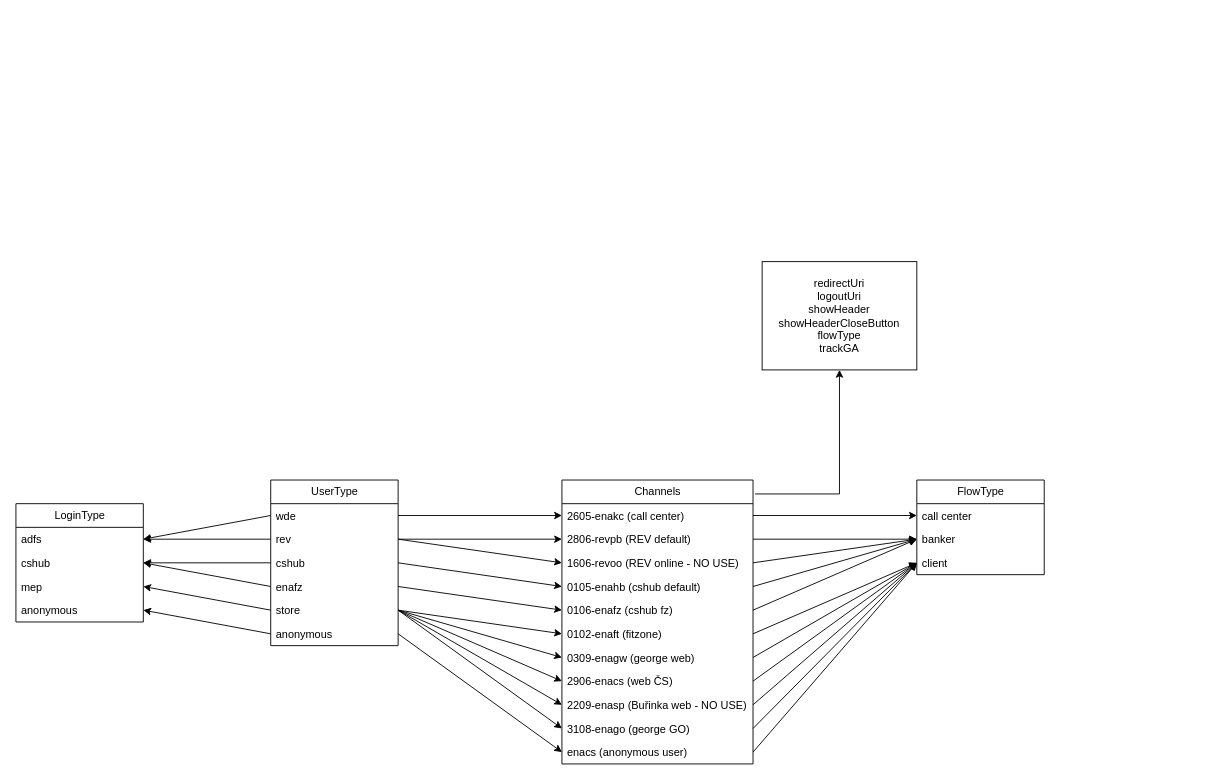
This is ENA_model.drawio from ondrejtuma-ext43301/diagrams, a draw.io file, before an edit. Source tidied: cells renumbered, new cells numbered last; positions are measured from the earlier drawing's top-left corner, leaving out a move shared by most shapes. Both pictures are drawn from the tidied source at 91%, with x=0, y=0 at pixel (15, 261).
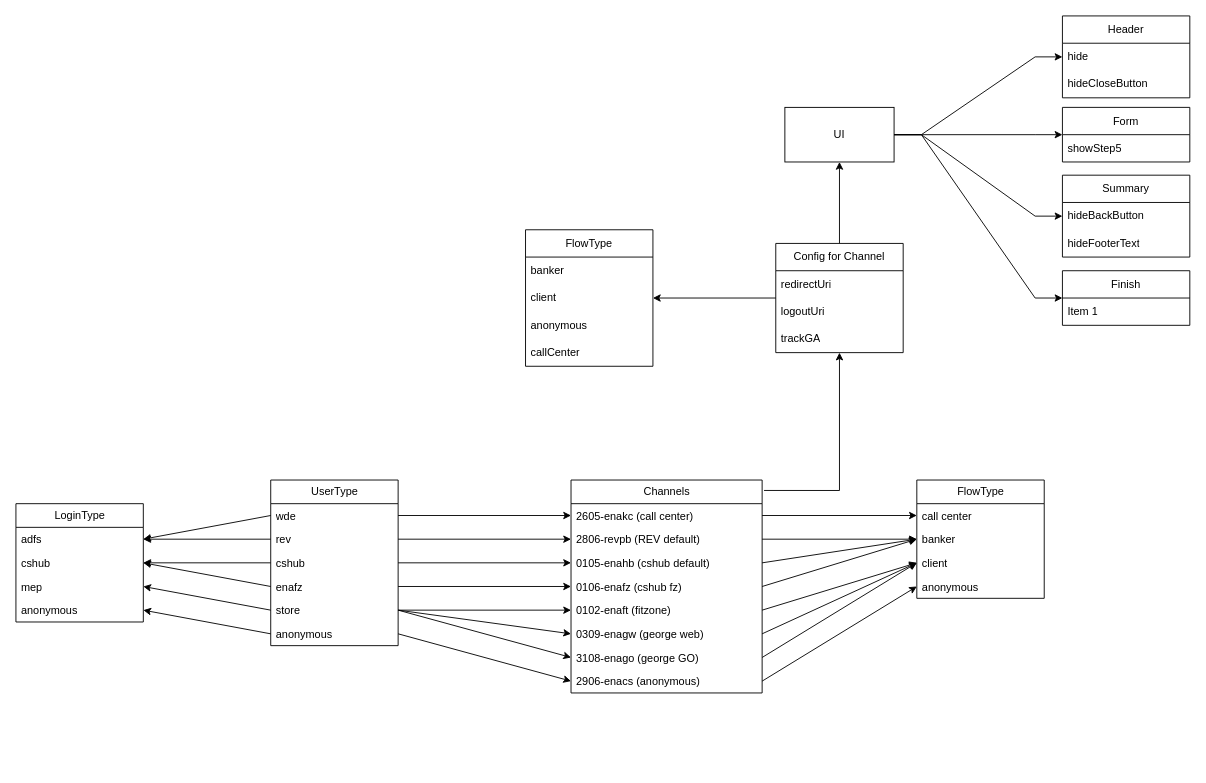
The same page after the edit.

Commit message:
chore(model): simplify channels and extend config for channel

Unchanged cells that the change refers to:
```xml
<mxCell id="3" value="wde" style="text;strokeColor=none;fillColor=none;align=left;verticalAlign=top;spacingLeft=4;spacingRight=4;overflow=hidden;points=[[0,0.5],[1,0.5]];portConstraint=eastwest;whiteSpace=wrap;html=1;" parent="2" vertex="1">
  <mxGeometry y="26" width="140" height="26" as="geometry" />
</mxCell>
<mxCell id="4" value="rev" style="text;strokeColor=none;fillColor=none;align=left;verticalAlign=top;spacingLeft=4;spacingRight=4;overflow=hidden;points=[[0,0.5],[1,0.5]];portConstraint=eastwest;whiteSpace=wrap;html=1;" parent="2" vertex="1">
  <mxGeometry y="52" width="140" height="26" as="geometry" />
</mxCell>
<mxCell id="7" value="store" style="text;strokeColor=none;fillColor=none;align=left;verticalAlign=top;spacingLeft=4;spacingRight=4;overflow=hidden;points=[[0,0.5],[1,0.5]];portConstraint=eastwest;whiteSpace=wrap;html=1;" parent="2" vertex="1">
  <mxGeometry y="130" width="140" height="26" as="geometry" />
</mxCell>
<mxCell id="8" value="anonymous" style="text;strokeColor=none;fillColor=none;align=left;verticalAlign=top;spacingLeft=4;spacingRight=4;overflow=hidden;points=[[0,0.5],[1,0.5]];portConstraint=eastwest;whiteSpace=wrap;html=1;" parent="2" vertex="1">
  <mxGeometry y="156" width="140" height="26" as="geometry" />
</mxCell>
<mxCell id="15" value="2605-enakc (call center)" style="text;strokeColor=none;fillColor=none;align=left;verticalAlign=top;spacingLeft=4;spacingRight=4;overflow=hidden;points=[[0,0.5],[1,0.5]];portConstraint=eastwest;whiteSpace=wrap;html=1;" parent="14" vertex="1">
  <mxGeometry y="26" width="210" height="26" as="geometry" />
</mxCell>
<mxCell id="29" value="banker" style="text;strokeColor=none;fillColor=none;align=left;verticalAlign=top;spacingLeft=4;spacingRight=4;overflow=hidden;points=[[0,0.5],[1,0.5]];portConstraint=eastwest;whiteSpace=wrap;html=1;" parent="27" vertex="1">
  <mxGeometry y="52" width="140" height="26" as="geometry" />
</mxCell>
<mxCell id="30" value="client" style="text;strokeColor=none;fillColor=none;align=left;verticalAlign=top;spacingLeft=4;spacingRight=4;overflow=hidden;points=[[0,0.5],[1,0.5]];portConstraint=eastwest;whiteSpace=wrap;html=1;" parent="27" vertex="1">
  <mxGeometry y="78" width="140" height="26" as="geometry" />
</mxCell>
```

Change to the diagram source:
```diff
@@
     <mxCell id="14" value="Channels" style="swimlane;fontStyle=0;horizontal=1;startSize=26;fillColor=none;html=1;" parent="1" vertex="1">
-      <mxGeometry x="600" y="240" width="210" height="312" as="geometry" />
+      <mxGeometry x="610" y="240" width="210" height="234" as="geometry" />
     </mxCell>
@@
-    <mxCell id="17" value="1606-revoo (REV online - NO USE)" style="text;strokeColor=none;fillColor=none;align=left;verticalAlign=top;spacingLeft=4;spacingRight=4;overflow=hidden;points=[[0,0.5],[1,0.5]];portConstraint=eastwest;whiteSpace=wrap;html=1;" parent="14" vertex="1">
-      <mxGeometry y="78" width="210" height="26" as="geometry" />
-    </mxCell>
     <mxCell id="18" value="0105-enahb (cshub&amp;nbsp;default)" style="text;strokeColor=none;fillColor=none;align=left;verticalAlign=top;spacingLeft=4;spacingRight=4;overflow=hidden;points=[[0,0.5],[1,0.5]];portConstraint=eastwest;whiteSpace=wrap;html=1;" parent="14" vertex="1">
-      <mxGeometry y="104" width="210" height="26" as="geometry" />
+      <mxGeometry y="78" width="210" height="26" as="geometry" />
     </mxCell>
     <mxCell id="19" value="0106-enafz (cshub fz)" style="text;strokeColor=none;fillColor=none;align=left;verticalAlign=top;spacingLeft=4;spacingRight=4;overflow=hidden;points=[[0,0.5],[1,0.5]];portConstraint=eastwest;whiteSpace=wrap;html=1;" parent="14" vertex="1">
-      <mxGeometry y="130" width="210" height="26" as="geometry" />
+      <mxGeometry y="104" width="210" height="26" as="geometry" />
     </mxCell>
     <mxCell id="20" value="0102-enaft (fitzone)" style="text;strokeColor=none;fillColor=none;align=left;verticalAlign=top;spacingLeft=4;spacingRight=4;overflow=hidden;points=[[0,0.5],[1,0.5]];portConstraint=eastwest;whiteSpace=wrap;html=1;" parent="14" vertex="1">
-      <mxGeometry y="156" width="210" height="26" as="geometry" />
+      <mxGeometry y="130" width="210" height="26" as="geometry" />
     </mxCell>
     <mxCell id="21" value="0309-enagw (george web)" style="text;strokeColor=none;fillColor=none;align=left;verticalAlign=top;spacingLeft=4;spacingRight=4;overflow=hidden;points=[[0,0.5],[1,0.5]];portConstraint=eastwest;whiteSpace=wrap;html=1;" parent="14" vertex="1">
-      <mxGeometry y="182" width="210" height="26" as="geometry" />
+      <mxGeometry y="156" width="210" height="26" as="geometry" />
     </mxCell>
+    <mxCell id="24" value="3108-enago (george GO)" style="text;strokeColor=none;fillColor=none;align=left;verticalAlign=top;spacingLeft=4;spacingRight=4;overflow=hidden;points=[[0,0.5],[1,0.5]];portConstraint=eastwest;whiteSpace=wrap;html=1;" parent="14" vertex="1">
+      <mxGeometry y="182" width="210" height="26" as="geometry" />
+    </mxCell>
-    <mxCell id="22" value="2906-enacs (web ČS)" style="text;strokeColor=none;fillColor=none;align=left;verticalAlign=top;spacingLeft=4;spacingRight=4;overflow=hidden;points=[[0,0.5],[1,0.5]];portConstraint=eastwest;whiteSpace=wrap;html=1;" parent="14" vertex="1">
+    <mxCell id="22" value="2906-enacs (anonymous)" style="text;strokeColor=none;fillColor=none;align=left;verticalAlign=top;spacingLeft=4;spacingRight=4;overflow=hidden;points=[[0,0.5],[1,0.5]];portConstraint=eastwest;whiteSpace=wrap;html=1;" parent="14" vertex="1">
       <mxGeometry y="208" width="210" height="26" as="geometry" />
     </mxCell>
-    <mxCell id="23" value="2209-enasp (Buřinka web - NO USE)" style="text;strokeColor=none;fillColor=none;align=left;verticalAlign=top;spacingLeft=4;spacingRight=4;overflow=hidden;points=[[0,0.5],[1,0.5]];portConstraint=eastwest;whiteSpace=wrap;html=1;" parent="14" vertex="1">
-      <mxGeometry y="234" width="210" height="26" as="geometry" />
-    </mxCell>
-    <mxCell id="24" value="3108-enago (george GO)" style="text;strokeColor=none;fillColor=none;align=left;verticalAlign=top;spacingLeft=4;spacingRight=4;overflow=hidden;points=[[0,0.5],[1,0.5]];portConstraint=eastwest;whiteSpace=wrap;html=1;" parent="14" vertex="1">
-      <mxGeometry y="260" width="210" height="26" as="geometry" />
-    </mxCell>
-    <mxCell id="25" value="enacs (anonymous user)" style="text;strokeColor=none;fillColor=none;align=left;verticalAlign=top;spacingLeft=4;spacingRight=4;overflow=hidden;points=[[0,0.5],[1,0.5]];portConstraint=eastwest;whiteSpace=wrap;html=1;" parent="14" vertex="1">
-      <mxGeometry y="286" width="210" height="26" as="geometry" />
-    </mxCell>
-    <mxCell id="26" style="edgeStyle=orthogonalEdgeStyle;rounded=0;jettySize=auto;html=1;exitX=1.01;exitY=0.049;exitDx=0;exitDy=0;exitPerimeter=0;" parent="1" edge="1" source="14" target="56">
+    <mxCell id="26" style="edgeStyle=orthogonalEdgeStyle;rounded=0;jettySize=auto;html=1;exitX=1.01;exitY=0.049;exitDx=0;exitDy=0;exitPerimeter=0;" parent="1" edge="1" source="14" target="72">
       <mxGeometry relative="1" as="geometry" />
     </mxCell>
     <mxCell id="27" value="FlowType" style="swimlane;fontStyle=0;horizontal=1;startSize=26;fillColor=none;html=1;" parent="1" vertex="1">
-      <mxGeometry x="990" y="240" width="140" height="104" as="geometry" />
+      <mxGeometry x="990" y="240" width="140" height="130" as="geometry" />
     </mxCell>
@@
+    <mxCell id="60" value="anonymous" style="text;strokeColor=none;fillColor=none;align=left;verticalAlign=top;spacingLeft=4;spacingRight=4;overflow=hidden;points=[[0,0.5],[1,0.5]];portConstraint=eastwest;whiteSpace=wrap;html=1;" parent="27" vertex="1">
+      <mxGeometry y="104" width="140" height="26" as="geometry" />
+    </mxCell>
@@
-    <mxCell id="38" style="endArrow=classic;html=1;rounded=0;exitX=1;exitY=0.5;exitDx=0;exitDy=0;entryX=0;entryY=0.5;entryDx=0;entryDy=0;" parent="1" edge="1" source="22" target="30">
-      <mxGeometry relative="1" as="geometry" />
-    </mxCell>
@@
-    <mxCell id="45" style="endArrow=classic;html=1;rounded=0;entryX=0;entryY=0.5;entryDx=0;entryDy=0;exitX=1;exitY=0.5;exitDx=0;exitDy=0;" parent="1" edge="1" source="7" target="22">
-      <mxGeometry relative="1" as="geometry" />
-    </mxCell>
-    <mxCell id="46" style="endArrow=classic;html=1;rounded=0;exitX=1;exitY=0.5;exitDx=0;exitDy=0;" parent="1" edge="1" source="3" target="15">
+    <mxCell id="46" style="endArrow=classic;html=1;rounded=0;exitX=1;exitY=0.5;exitDx=0;exitDy=0;entryX=0;entryY=0.5;entryDx=0;entryDy=0;" parent="1" edge="1" source="3" target="15">
       <mxGeometry relative="1" as="geometry" />
     </mxCell>
@@
-    <mxCell id="49" style="endArrow=classic;html=1;rounded=0;exitX=1;exitY=0.5;exitDx=0;exitDy=0;entryX=0;entryY=0.5;entryDx=0;entryDy=0;" parent="1" edge="1" source="4" target="17">
-      <mxGeometry relative="1" as="geometry" />
-    </mxCell>
-    <mxCell id="50" style="endArrow=classic;html=1;rounded=0;entryX=0;entryY=0.5;entryDx=0;entryDy=0;exitX=1;exitY=0.5;exitDx=0;exitDy=0;" parent="1" edge="1" source="17" target="29">
-      <mxGeometry relative="1" as="geometry" />
-    </mxCell>
@@
-    <mxCell id="53" style="endArrow=classic;html=1;rounded=0;entryX=0;entryY=0.5;entryDx=0;entryDy=0;exitX=1;exitY=0.5;exitDx=0;exitDy=0;" parent="1" edge="1" source="7" target="23">
-      <mxGeometry relative="1" as="geometry" />
-    </mxCell>
-    <mxCell id="54" style="endArrow=classic;html=1;rounded=0;entryX=0;entryY=0.5;entryDx=0;entryDy=0;exitX=1;exitY=0.5;exitDx=0;exitDy=0;" parent="1" edge="1" source="23" target="30">
-      <mxGeometry relative="1" as="geometry" />
-    </mxCell>
@@
-    <mxCell id="56" value="redirectUri&lt;br&gt;logoutUri&lt;br&gt;showHeader&lt;br&gt;showHeaderCloseButton&lt;br&gt;flowType&lt;br&gt;trackGA" style="whiteSpace=wrap;html=1;fillColor=none;fontStyle=0;startSize=26;" parent="1" vertex="1">
-      <mxGeometry x="820" width="170" height="119" as="geometry" />
-    </mxCell>
+    <mxCell id="61" style="edgeStyle=orthogonalEdgeStyle;rounded=0;jettySize=auto;html=1;" parent="1" edge="1" source="72" target="67">
+      <mxGeometry relative="1" as="geometry" />
+    </mxCell>
@@
-    <mxCell id="58" style="endArrow=classic;html=1;rounded=0;entryX=0;entryY=0.5;entryDx=0;entryDy=0;exitX=1;exitY=0.5;exitDx=0;exitDy=0;" parent="1" edge="1" source="8" target="25">
+    <mxCell id="58" style="endArrow=classic;html=1;rounded=0;entryX=0;entryY=0.5;entryDx=0;entryDy=0;exitX=1;exitY=0.5;exitDx=0;exitDy=0;" parent="1" edge="1" source="8" target="22">
       <mxGeometry relative="1" as="geometry" />
     </mxCell>
-    <mxCell id="59" style="endArrow=classic;html=1;rounded=0;entryX=0;entryY=0.5;entryDx=0;entryDy=0;exitX=1;exitY=0.5;exitDx=0;exitDy=0;" parent="1" edge="1" source="25" target="30">
+    <mxCell id="59" style="endArrow=classic;html=1;rounded=0;entryX=0;entryY=0.5;entryDx=0;entryDy=0;exitX=1;exitY=0.5;exitDx=0;exitDy=0;" parent="1" edge="1" source="22" target="60">
       <mxGeometry relative="1" as="geometry" />
     </mxCell>
+    <mxCell id="62" value="Summary" style="swimlane;fontStyle=0;horizontal=1;startSize=30;whiteSpace=wrap;html=1;" parent="1" vertex="1">
+      <mxGeometry x="1150" y="-95" width="140" height="90" as="geometry" />
+    </mxCell>
+    <mxCell id="63" value="hideBackButton" style="text;strokeColor=none;fillColor=none;align=left;verticalAlign=middle;spacingLeft=4;spacingRight=4;overflow=hidden;whiteSpace=wrap;html=1;" parent="62" vertex="1">
+      <mxGeometry y="30" width="140" height="30" as="geometry" />
+    </mxCell>
+    <mxCell id="64" value="hideFooterText" style="text;strokeColor=none;fillColor=none;align=left;verticalAlign=middle;spacingLeft=4;spacingRight=4;overflow=hidden;whiteSpace=wrap;html=1;" parent="62" vertex="1">
+      <mxGeometry y="60" width="140" height="30" as="geometry" />
+    </mxCell>
+    <mxCell id="65" style="edgeStyle=entityRelationEdgeStyle;rounded=0;jettySize=auto;html=1;exitX=1;exitY=0.5;exitDx=0;exitDy=0;" parent="1" edge="1" source="67" target="62">
+      <mxGeometry relative="1" as="geometry" />
+    </mxCell>
+    <mxCell id="66" style="edgeStyle=entityRelationEdgeStyle;rounded=0;jettySize=auto;html=1;exitX=1;exitY=0.5;exitDx=0;exitDy=0;" parent="1" edge="1" source="67" target="68">
+      <mxGeometry relative="1" as="geometry" />
+    </mxCell>
+    <mxCell id="67" value="UI" style="whiteSpace=wrap;html=1;fillColor=none;fontStyle=0;startSize=26;" parent="1" vertex="1">
+      <mxGeometry x="845" y="-169.5" width="120" height="60" as="geometry" />
+    </mxCell>
+    <mxCell id="68" value="Header" style="swimlane;fontStyle=0;horizontal=1;startSize=30;whiteSpace=wrap;html=1;" parent="1" vertex="1">
+      <mxGeometry x="1150" y="-270" width="140" height="90" as="geometry" />
+    </mxCell>
+    <mxCell id="69" value="hide" style="text;strokeColor=none;fillColor=none;align=left;verticalAlign=middle;spacingLeft=4;spacingRight=4;overflow=hidden;whiteSpace=wrap;html=1;" parent="68" vertex="1">
+      <mxGeometry y="30" width="140" height="30" as="geometry" />
+    </mxCell>
+    <mxCell id="70" value="hideCloseButton" style="text;strokeColor=none;fillColor=none;align=left;verticalAlign=middle;spacingLeft=4;spacingRight=4;overflow=hidden;whiteSpace=wrap;html=1;" parent="68" vertex="1">
+      <mxGeometry y="60" width="140" height="30" as="geometry" />
+    </mxCell>
+    <mxCell id="71" style="edgeStyle=orthogonalEdgeStyle;rounded=0;jettySize=auto;html=1;" parent="1" edge="1" source="72" target="76">
+      <mxGeometry relative="1" as="geometry" />
+    </mxCell>
+    <mxCell id="72" value="Config for Channel" style="swimlane;fontStyle=0;horizontal=1;startSize=30;whiteSpace=wrap;html=1;" parent="1" vertex="1">
+      <mxGeometry x="835" y="-20" width="140" height="120" as="geometry" />
+    </mxCell>
+    <mxCell id="73" value="redirectUri" style="text;strokeColor=none;fillColor=none;align=left;verticalAlign=middle;spacingLeft=4;spacingRight=4;overflow=hidden;whiteSpace=wrap;html=1;" parent="72" vertex="1">
+      <mxGeometry y="30" width="140" height="30" as="geometry" />
+    </mxCell>
+    <mxCell id="74" value="logoutUri" style="text;strokeColor=none;fillColor=none;align=left;verticalAlign=middle;spacingLeft=4;spacingRight=4;overflow=hidden;whiteSpace=wrap;html=1;" parent="72" vertex="1">
+      <mxGeometry y="60" width="140" height="30" as="geometry" />
+    </mxCell>
+    <mxCell id="75" value="trackGA" style="text;strokeColor=none;fillColor=none;align=left;verticalAlign=middle;spacingLeft=4;spacingRight=4;overflow=hidden;whiteSpace=wrap;html=1;" parent="72" vertex="1">
+      <mxGeometry y="90" width="140" height="30" as="geometry" />
+    </mxCell>
+    <mxCell id="76" value="FlowType" style="swimlane;fontStyle=0;horizontal=1;startSize=30;whiteSpace=wrap;html=1;" parent="1" vertex="1">
+      <mxGeometry x="560" y="-35" width="140" height="150" as="geometry" />
+    </mxCell>
+    <mxCell id="77" value="banker" style="text;strokeColor=none;fillColor=none;align=left;verticalAlign=middle;spacingLeft=4;spacingRight=4;overflow=hidden;whiteSpace=wrap;html=1;" parent="76" vertex="1">
+      <mxGeometry y="30" width="140" height="30" as="geometry" />
+    </mxCell>
+    <mxCell id="78" value="client" style="text;strokeColor=none;fillColor=none;align=left;verticalAlign=middle;spacingLeft=4;spacingRight=4;overflow=hidden;whiteSpace=wrap;html=1;" parent="76" vertex="1">
+      <mxGeometry y="60" width="140" height="30" as="geometry" />
+    </mxCell>
+    <mxCell id="79" value="anonymous" style="text;strokeColor=none;fillColor=none;align=left;verticalAlign=middle;spacingLeft=4;spacingRight=4;overflow=hidden;whiteSpace=wrap;html=1;" parent="76" vertex="1">
+      <mxGeometry y="90" width="140" height="30" as="geometry" />
+    </mxCell>
+    <mxCell id="80" value="callCenter" style="text;strokeColor=none;fillColor=none;align=left;verticalAlign=middle;spacingLeft=4;spacingRight=4;overflow=hidden;whiteSpace=wrap;html=1;" parent="76" vertex="1">
+      <mxGeometry y="120" width="140" height="30" as="geometry" />
+    </mxCell>
+    <mxCell id="81" value="Form" style="swimlane;fontStyle=0;horizontal=1;startSize=30;whiteSpace=wrap;html=1;" parent="1" vertex="1">
+      <mxGeometry x="1150" y="-169.5" width="140" height="60" as="geometry" />
+    </mxCell>
+    <mxCell id="82" value="showStep5" style="text;strokeColor=none;fillColor=none;align=left;verticalAlign=middle;spacingLeft=4;spacingRight=4;overflow=hidden;whiteSpace=wrap;html=1;" parent="81" vertex="1">
+      <mxGeometry y="30" width="140" height="30" as="geometry" />
+    </mxCell>
+    <mxCell id="83" style="endArrow=classic;html=1;rounded=0;exitX=1;exitY=0.5;exitDx=0;exitDy=0;edgeStyle=entityRelationEdgeStyle;" parent="1" edge="1" source="67" target="81">
+      <mxGeometry relative="1" as="geometry" />
+    </mxCell>
+    <mxCell id="84" value="Finish" style="swimlane;fontStyle=0;horizontal=1;startSize=30;whiteSpace=wrap;html=1;" parent="1" vertex="1">
+      <mxGeometry x="1150" y="10" width="140" height="60" as="geometry" />
+    </mxCell>
+    <mxCell id="85" value="Item 1" style="text;strokeColor=none;fillColor=none;align=left;verticalAlign=middle;spacingLeft=4;spacingRight=4;overflow=hidden;whiteSpace=wrap;html=1;" parent="84" vertex="1">
+      <mxGeometry y="30" width="140" height="30" as="geometry" />
+    </mxCell>
+    <mxCell id="86" style="endArrow=classic;html=1;rounded=0;exitX=1;exitY=0.5;exitDx=0;exitDy=0;edgeStyle=entityRelationEdgeStyle;" parent="1" edge="1" source="67" target="84">
+      <mxGeometry relative="1" as="geometry" />
+    </mxCell>
```
